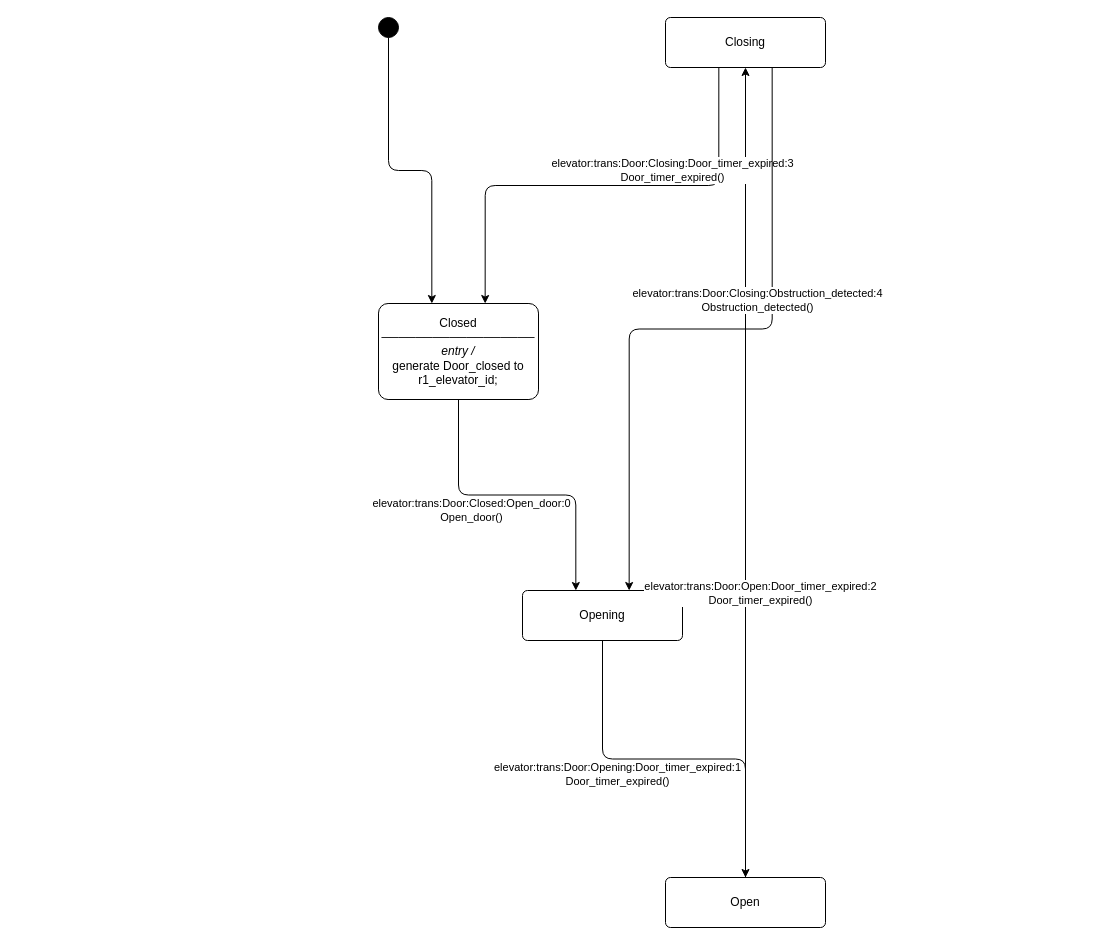
This is examples/elevator/.design/model/diagrams/Elevator-Door.drawio from BChaloux-Cyn/MDF-Simulator, a draw.io file, before an edit. Source tidied: cells renumbered, new cells numbered last; positions are measured from the earlier drawing's top-left corner, leaving out a move shared by most shapes. Both pictures are drawn from the tidied source at 100%, with x=0, y=0 at pixel (378, 17).
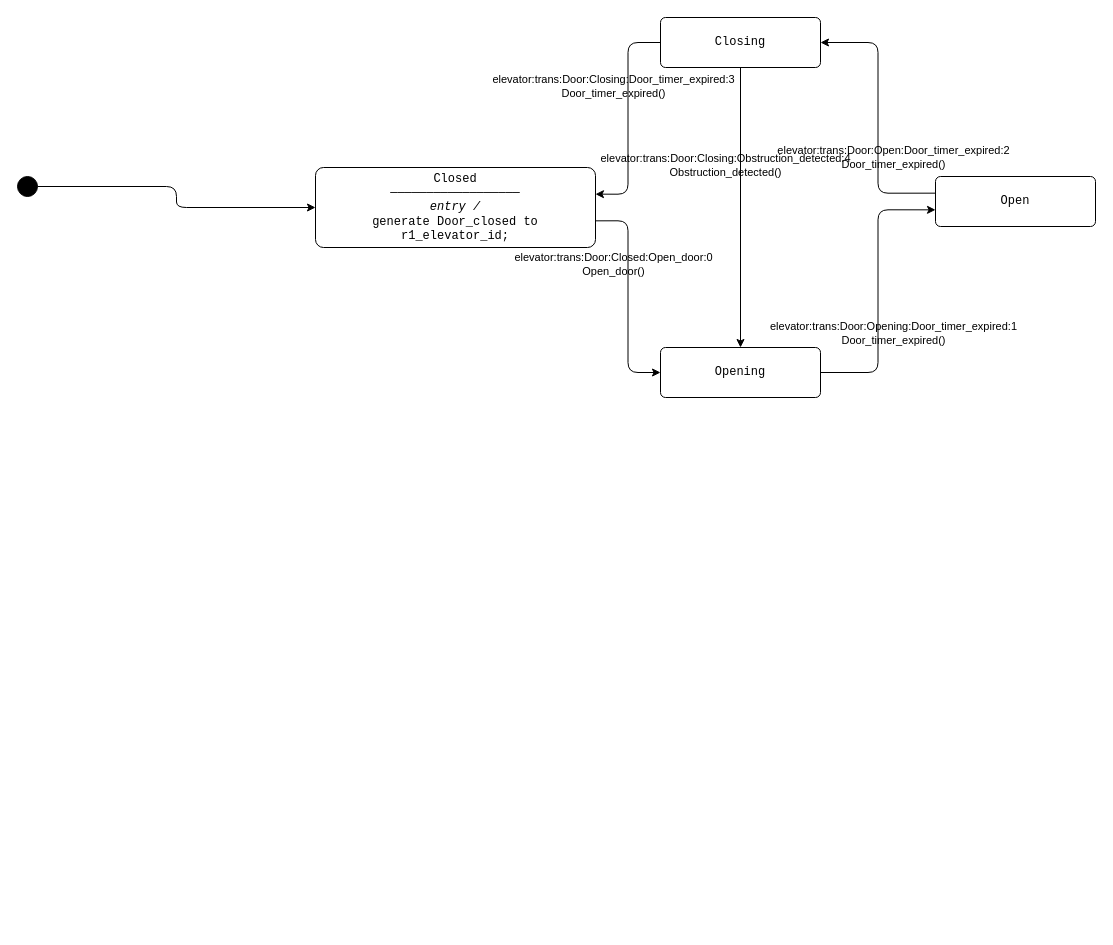
The same diagram, later.

The edit, as a diff of the source:
```diff
@@
-<mxGraphModel>
+<mxGraphModel background="#FFFFFF">
   <root>
     <mxCell id="0" />
     <mxCell id="1" parent="0" />
     <mxCell id="2" style="ellipse;whiteSpace=wrap;html=1;fillColor=#000000;strokeColor=#000000;" parent="1" vertex="1">
-      <mxGeometry width="20" height="20" as="geometry" />
+      <mxGeometry x="-361" y="159" width="20" height="20" as="geometry" />
     </mxCell>
-    <mxCell id="3" value="Closed&lt;br&gt;──────────────────&lt;br&gt;&lt;i&gt;entry /&lt;/i&gt;&lt;br&gt;generate Door_closed to r1_elevator_id;" style="rounded=1;whiteSpace=wrap;html=1;arcSize=10;" parent="1" vertex="1">
-      <mxGeometry y="286" width="160" height="96" as="geometry" />
+    <mxCell id="3" value="Closed&lt;br&gt;──────────────────&lt;br&gt;&lt;i&gt;entry /&lt;/i&gt;&lt;br&gt;generate Door_closed to r1_elevator_id;" style="rounded=1;whiteSpace=wrap;html=1;arcSize=10;fontFamily=Courier New;" parent="1" vertex="1">
+      <mxGeometry x="-63" y="150" width="280" height="80" as="geometry" />
     </mxCell>
-    <mxCell id="4" value="Opening" style="rounded=1;whiteSpace=wrap;html=1;arcSize=10;" parent="1" vertex="1">
-      <mxGeometry x="144" y="573" width="160" height="50" as="geometry" />
+    <mxCell id="4" value="Opening" style="rounded=1;whiteSpace=wrap;html=1;arcSize=10;fontFamily=Courier New;" parent="1" vertex="1">
+      <mxGeometry x="282" y="330" width="160" height="50" as="geometry" />
     </mxCell>
-    <mxCell id="5" value="Open" style="rounded=1;whiteSpace=wrap;html=1;arcSize=10;" parent="1" vertex="1">
-      <mxGeometry x="287" y="860" width="160" height="50" as="geometry" />
+    <mxCell id="5" value="Open" style="rounded=1;whiteSpace=wrap;html=1;arcSize=10;fontFamily=Courier New;" parent="1" vertex="1">
+      <mxGeometry x="557" y="159" width="160" height="50" as="geometry" />
     </mxCell>
-    <mxCell id="6" value="Closing" style="rounded=1;whiteSpace=wrap;html=1;arcSize=10;" parent="1" vertex="1">
-      <mxGeometry x="287" width="160" height="50" as="geometry" />
+    <mxCell id="6" value="Closing" style="rounded=1;whiteSpace=wrap;html=1;arcSize=10;fontFamily=Courier New;" parent="1" vertex="1">
+      <mxGeometry x="282" width="160" height="50" as="geometry" />
     </mxCell>
-    <mxCell id="7" style="edgeStyle=orthogonalEdgeStyle;html=1;exitX=0.5;exitY=1.0;exitDx=0;exitDy=0;entryX=0.3333;entryY=0.0;entryDx=0;entryDy=0;" parent="1" edge="1" source="2" target="3">
+    <mxCell id="7" style="edgeStyle=orthogonalEdgeStyle;html=1;labelBackgroundColor=none;exitX=1.0;exitY=0.5;exitDx=0;exitDy=0;entryX=0.0;entryY=0.5;entryDx=0;entryDy=0;" parent="1" edge="1" source="2" target="3">
       <mxGeometry relative="1" as="geometry" />
     </mxCell>
-    <mxCell id="8" value="elevator:trans:Door:Closed:Open_door:0&lt;br&gt;Open_door()" style="edgeStyle=orthogonalEdgeStyle;html=1;exitX=0.5;exitY=1.0;exitDx=0;exitDy=0;entryX=0.3333;entryY=0.0;entryDx=0;entryDy=0;" parent="1" edge="1" source="3" target="4">
+    <mxCell id="8" value="elevator:trans:Door:Closed:Open_door:0&lt;br&gt;Open_door()" style="edgeStyle=orthogonalEdgeStyle;html=1;labelBackgroundColor=none;exitX=1.0;exitY=0.6667;exitDx=0;exitDy=0;entryX=0.0;entryY=0.5;entryDx=0;entryDy=0;" parent="1" edge="1" source="3" target="4">
       <mxGeometry x="-0.3" y="-15" relative="1" as="geometry" />
     </mxCell>
-    <mxCell id="9" value="elevator:trans:Door:Opening:Door_timer_expired:1&lt;br&gt;Door_timer_expired()" style="edgeStyle=orthogonalEdgeStyle;html=1;exitX=0.5;exitY=1.0;exitDx=0;exitDy=0;entryX=0.5;entryY=0.0;entryDx=0;entryDy=0;" parent="1" edge="1" source="4" target="5">
+    <mxCell id="9" value="elevator:trans:Door:Opening:Door_timer_expired:1&lt;br&gt;Door_timer_expired()" style="edgeStyle=orthogonalEdgeStyle;html=1;labelBackgroundColor=none;exitX=1.0;exitY=0.5;exitDx=0;exitDy=0;entryX=0.0;entryY=0.6667;entryDx=0;entryDy=0;" parent="1" edge="1" source="4" target="5">
       <mxGeometry x="-0.3" y="-15" relative="1" as="geometry" />
     </mxCell>
-    <mxCell id="10" value="elevator:trans:Door:Open:Door_timer_expired:2&lt;br&gt;Door_timer_expired()" style="edgeStyle=orthogonalEdgeStyle;html=1;exitX=0.5;exitY=0.0;exitDx=0;exitDy=0;entryX=0.5;entryY=1.0;entryDx=0;entryDy=0;" parent="1" edge="1" source="5" target="6">
+    <mxCell id="10" value="elevator:trans:Door:Open:Door_timer_expired:2&lt;br&gt;Door_timer_expired()" style="edgeStyle=orthogonalEdgeStyle;html=1;labelBackgroundColor=none;exitX=0.0;exitY=0.3333;exitDx=0;exitDy=0;entryX=1.0;entryY=0.5;entryDx=0;entryDy=0;" parent="1" edge="1" source="5" target="6">
       <mxGeometry x="-0.3" y="-15" relative="1" as="geometry" />
     </mxCell>
-    <mxCell id="11" value="elevator:trans:Door:Closing:Door_timer_expired:3&lt;br&gt;Door_timer_expired()" style="edgeStyle=orthogonalEdgeStyle;html=1;exitX=0.3333;exitY=1.0;exitDx=0;exitDy=0;entryX=0.6667;entryY=0.0;entryDx=0;entryDy=0;" parent="1" edge="1" source="6" target="3">
+    <mxCell id="11" value="elevator:trans:Door:Closing:Door_timer_expired:3&lt;br&gt;Door_timer_expired()" style="edgeStyle=orthogonalEdgeStyle;html=1;labelBackgroundColor=none;exitX=0.0;exitY=0.5;exitDx=0;exitDy=0;entryX=1.0;entryY=0.3333;entryDx=0;entryDy=0;" parent="1" edge="1" source="6" target="3">
       <mxGeometry x="-0.3" y="-15" relative="1" as="geometry" />
     </mxCell>
-    <mxCell id="12" value="elevator:trans:Door:Closing:Obstruction_detected:4&lt;br&gt;Obstruction_detected()" style="edgeStyle=orthogonalEdgeStyle;html=1;exitX=0.6667;exitY=1.0;exitDx=0;exitDy=0;entryX=0.6667;entryY=0.0;entryDx=0;entryDy=0;" parent="1" edge="1" source="6" target="4">
+    <mxCell id="12" value="elevator:trans:Door:Closing:Obstruction_detected:4&lt;br&gt;Obstruction_detected()" style="edgeStyle=orthogonalEdgeStyle;html=1;labelBackgroundColor=none;exitX=0.5;exitY=1.0;exitDx=0;exitDy=0;entryX=0.5;entryY=0.0;entryDx=0;entryDy=0;" parent="1" edge="1" source="6" target="4">
       <mxGeometry x="-0.3" y="-15" relative="1" as="geometry" />
     </mxCell>
   </root>
 </mxGraphModel>
```
